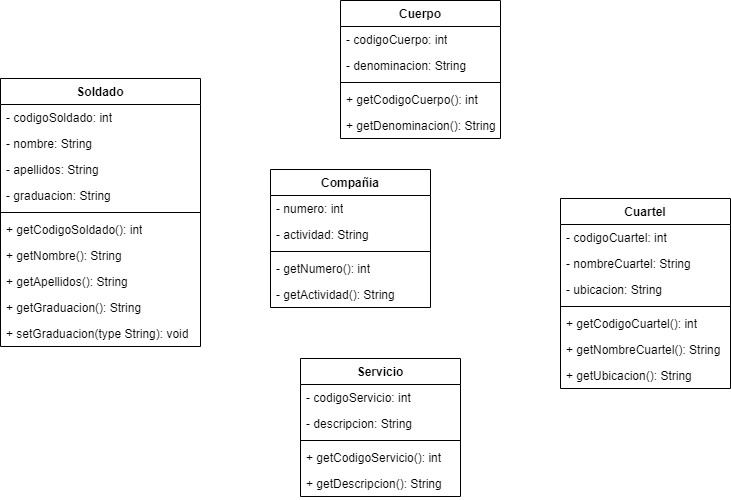
mackstm/ets keeps this draw.io diagram as unidad-4/Class-Diagram-Maxi/ministerio-defensa-maxi.png. Above is the earlier version. Source tidied: cells renumbered, new cells last; positions are measured from the earlier drawing's top-left corner, leaving out a move shared by most shapes.
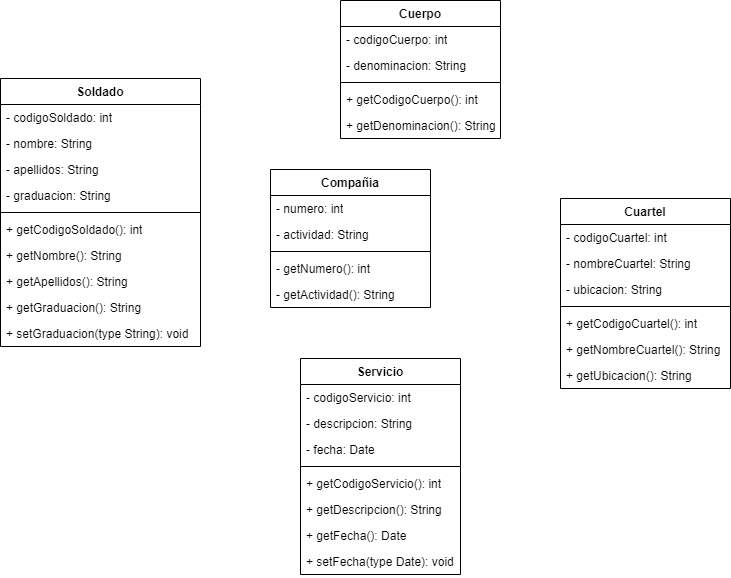
The same file after the commit.

What changed in the source:
```diff
@@ -96,7 +96,7 @@
       <mxGeometry y="112" width="160" height="26" as="geometry" />
     </mxCell>
     <mxCell id="33" value="Servicio" style="swimlane;fontStyle=1;align=center;verticalAlign=top;horizontal=1;startSize=26;whiteSpace=wrap;html=1;" parent="1" vertex="1">
-      <mxGeometry x="300" y="358" width="160" height="138" as="geometry" />
+      <mxGeometry x="300" y="358" width="160" height="216" as="geometry" />
     </mxCell>
     <mxCell id="34" value="- codigoServicio: int" style="text;strokeColor=none;fillColor=none;align=left;verticalAlign=top;spacingLeft=4;spacingRight=4;overflow=hidden;whiteSpace=wrap;html=1;" parent="33" vertex="1">
       <mxGeometry y="26" width="160" height="26" as="geometry" />
@@ -104,14 +104,23 @@
     <mxCell id="35" value="- descripcion: String" style="text;strokeColor=none;fillColor=none;align=left;verticalAlign=top;spacingLeft=4;spacingRight=4;overflow=hidden;whiteSpace=wrap;html=1;" parent="33" vertex="1">
       <mxGeometry y="52" width="160" height="26" as="geometry" />
     </mxCell>
+    <mxCell id="39" value="- fecha: Date" style="text;strokeColor=none;fillColor=none;align=left;verticalAlign=top;spacingLeft=4;spacingRight=4;overflow=hidden;whiteSpace=wrap;html=1;" parent="33" vertex="1">
+      <mxGeometry y="78" width="160" height="26" as="geometry" />
+    </mxCell>
     <mxCell id="36" style="line;strokeWidth=1;fillColor=none;align=left;verticalAlign=middle;spacingTop=-1;spacingLeft=3;spacingRight=3;labelPosition=right;strokeColor=inherit;" parent="33" vertex="1">
-      <mxGeometry y="78" width="160" height="8" as="geometry" />
+      <mxGeometry y="104" width="160" height="8" as="geometry" />
     </mxCell>
     <mxCell id="37" value="+ getCodigoServicio(): int" style="text;strokeColor=none;fillColor=none;align=left;verticalAlign=top;spacingLeft=4;spacingRight=4;overflow=hidden;whiteSpace=wrap;html=1;" parent="33" vertex="1">
-      <mxGeometry y="86" width="160" height="26" as="geometry" />
+      <mxGeometry y="112" width="160" height="26" as="geometry" />
     </mxCell>
     <mxCell id="38" value="+ getDescripcion(): String" style="text;strokeColor=none;fillColor=none;align=left;verticalAlign=top;spacingLeft=4;spacingRight=4;overflow=hidden;whiteSpace=wrap;html=1;" parent="33" vertex="1">
-      <mxGeometry y="112" width="160" height="26" as="geometry" />
+      <mxGeometry y="138" width="160" height="26" as="geometry" />
     </mxCell>
+    <mxCell id="40" value="+ getFecha(): Date" style="text;strokeColor=none;fillColor=none;align=left;verticalAlign=top;spacingLeft=4;spacingRight=4;overflow=hidden;whiteSpace=wrap;html=1;" parent="33" vertex="1">
+      <mxGeometry y="164" width="160" height="26" as="geometry" />
+    </mxCell>
+    <mxCell id="41" value="+ setFecha(type Date): void" style="text;strokeColor=none;fillColor=none;align=left;verticalAlign=top;spacingLeft=4;spacingRight=4;overflow=hidden;whiteSpace=wrap;html=1;" parent="33" vertex="1">
+      <mxGeometry y="190" width="160" height="26" as="geometry" />
+    </mxCell>
   </root>
 </mxGraphModel>
```
